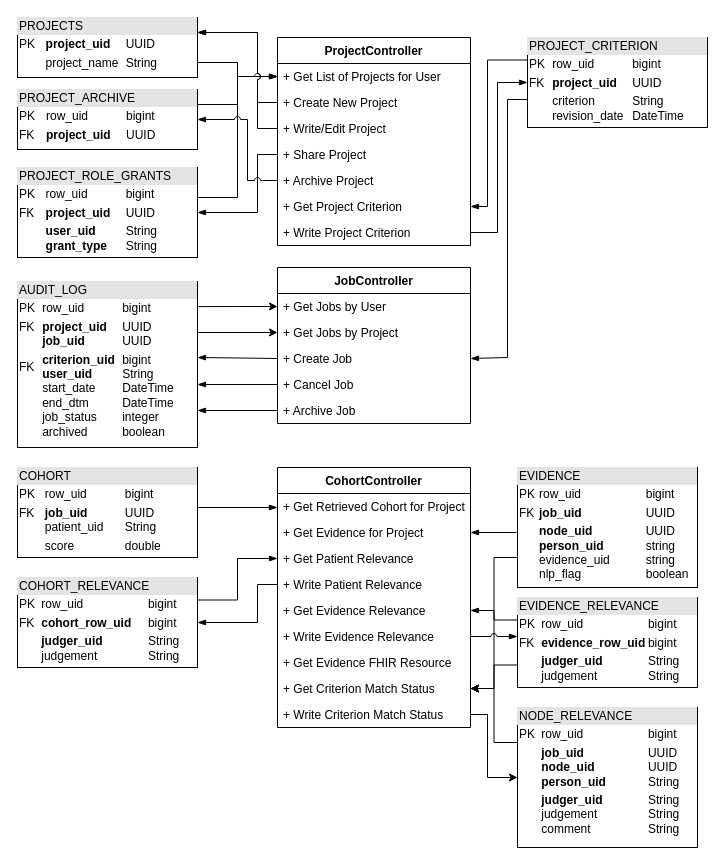
Before: page "Middleware - Data Flow" (4 of 4) of cat-arch.drawio in OHNLP/impact-documentation, a draw.io diagram. Source tidied: cells renumbered, new cells numbered last; positions are measured from the earlier drawing's top-left corner, leaving out a move shared by most shapes. Both pictures are drawn from the tidied source at 100%, with x=0, y=0 at pixel (17, 17).
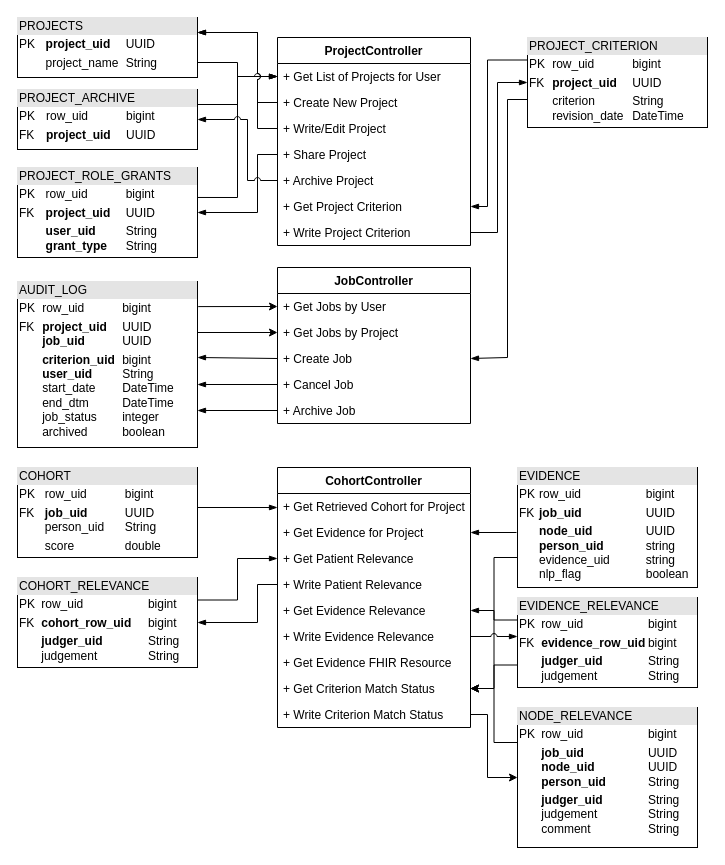
Above is the later version.

Change to the diagram source:
```diff
@@
-    <mxCell id="32" value="&lt;div style=&quot;box-sizing:border-box;width:100%;background:#e4e4e4;padding:2px;&quot;&gt;AUDIT_LOG&lt;/div&gt;&lt;table style=&quot;width:100%;font-size:1em;&quot; cellpadding=&quot;2&quot; cellspacing=&quot;0&quot;&gt;&lt;tbody&gt;&lt;tr&gt;&lt;td&gt;PK&lt;/td&gt;&lt;td&gt;row_uid&lt;span style=&quot;white-space: pre;&quot;&gt;&#9;&lt;/span&gt;&lt;span style=&quot;white-space: pre;&quot;&gt;&#9;&lt;/span&gt;bigint&lt;/td&gt;&lt;/tr&gt;&lt;tr&gt;&lt;td&gt;FK&lt;br&gt;&lt;br&gt;&lt;/td&gt;&lt;td&gt;&lt;b&gt;project_uid&lt;span style=&quot;white-space: pre;&quot;&gt;&#9;&lt;/span&gt;&lt;/b&gt;UUID&lt;br&gt;&lt;b&gt;job_uid&lt;/b&gt;&lt;span style=&quot;font-weight: bold; white-space: pre;&quot;&gt;&#9;&lt;/span&gt;&lt;span style=&quot;font-weight: bold; white-space: pre;&quot;&gt;&#9;&lt;/span&gt;UUID&lt;/td&gt;&lt;/tr&gt;&lt;tr&gt;&lt;td&gt;FK&lt;br&gt;&lt;br&gt;&lt;br&gt;&lt;br&gt;&lt;br&gt;&lt;/td&gt;&lt;td&gt;&lt;b&gt;criterion_uid&lt;span style=&quot;white-space: pre;&quot;&gt;&#9;&lt;/span&gt;&lt;/b&gt;bigint&lt;br&gt;&lt;b&gt;user_uid&lt;span style=&quot;white-space: pre;&quot;&gt;&#9;&lt;/span&gt;&lt;span style=&quot;white-space: pre;&quot;&gt;&#9;&lt;/span&gt;&lt;/b&gt;String&lt;br&gt;start_date&lt;span style=&quot;white-space: pre;&quot;&gt;&#9;&lt;/span&gt;DateTime&lt;br&gt;end_dtm&lt;span style=&quot;white-space: pre;&quot;&gt;&#9;&lt;/span&gt;&lt;span style=&quot;white-space: pre;&quot;&gt;&#9;&lt;/span&gt;DateTime&lt;br&gt;job_status&lt;span style=&quot;white-space: pre;&quot;&gt;&#9;&lt;/span&gt;integer&lt;br&gt;archived&lt;span style=&quot;white-space: pre;&quot;&gt;&#9;&lt;/span&gt;&lt;span style=&quot;white-space: pre;&quot;&gt;&#9;&lt;/span&gt;boolean&lt;/td&gt;&lt;/tr&gt;&lt;/tbody&gt;&lt;/table&gt;" style="verticalAlign=top;align=left;overflow=fill;html=1;fontColor=#000000;" parent="1" vertex="1">
+    <mxCell id="32" value="&lt;div style=&quot;box-sizing:border-box;width:100%;background:#e4e4e4;padding:2px;&quot;&gt;AUDIT_LOG&lt;/div&gt;&lt;table style=&quot;width:100%;font-size:1em;&quot; cellpadding=&quot;2&quot; cellspacing=&quot;0&quot;&gt;&lt;tbody&gt;&lt;tr&gt;&lt;td&gt;PK&lt;/td&gt;&lt;td&gt;row_uid&lt;span style=&quot;white-space: pre;&quot;&gt;&#9;&lt;/span&gt;&lt;span style=&quot;white-space: pre;&quot;&gt;&#9;&lt;/span&gt;bigint&lt;/td&gt;&lt;/tr&gt;&lt;tr&gt;&lt;td&gt;FK&lt;br&gt;&lt;br&gt;&lt;/td&gt;&lt;td&gt;&lt;b&gt;project_uid&lt;span style=&quot;white-space: pre;&quot;&gt;&#9;&lt;/span&gt;&lt;/b&gt;UUID&lt;br&gt;&lt;b&gt;job_uid&lt;/b&gt;&lt;span style=&quot;font-weight: bold; white-space: pre;&quot;&gt;&#9;&lt;/span&gt;&lt;span style=&quot;font-weight: bold; white-space: pre;&quot;&gt;&#9;&lt;/span&gt;UUID&lt;/td&gt;&lt;/tr&gt;&lt;tr&gt;&lt;td&gt;&lt;br&gt;&lt;br&gt;&lt;br&gt;&lt;br&gt;&lt;br&gt;&lt;/td&gt;&lt;td&gt;&lt;b&gt;criterion_uid&lt;span style=&quot;white-space: pre;&quot;&gt;&#9;&lt;/span&gt;&lt;/b&gt;bigint&lt;br&gt;&lt;b&gt;user_uid&lt;span style=&quot;white-space: pre;&quot;&gt;&#9;&lt;/span&gt;&lt;span style=&quot;white-space: pre;&quot;&gt;&#9;&lt;/span&gt;&lt;/b&gt;String&lt;br&gt;start_date&lt;span style=&quot;white-space: pre;&quot;&gt;&#9;&lt;/span&gt;DateTime&lt;br&gt;end_dtm&lt;span style=&quot;white-space: pre;&quot;&gt;&#9;&lt;/span&gt;&lt;span style=&quot;white-space: pre;&quot;&gt;&#9;&lt;/span&gt;DateTime&lt;br&gt;job_status&lt;span style=&quot;white-space: pre;&quot;&gt;&#9;&lt;/span&gt;integer&lt;br&gt;archived&lt;span style=&quot;white-space: pre;&quot;&gt;&#9;&lt;/span&gt;&lt;span style=&quot;white-space: pre;&quot;&gt;&#9;&lt;/span&gt;boolean&lt;/td&gt;&lt;/tr&gt;&lt;/tbody&gt;&lt;/table&gt;" style="verticalAlign=top;align=left;overflow=fill;html=1;fontColor=#000000;" parent="1" vertex="1">
       <mxGeometry y="264" width="180" height="166" as="geometry" />
     </mxCell>
@@
-    <mxCell id="46" value="&lt;div style=&quot;box-sizing:border-box;width:100%;background:#e4e4e4;padding:2px;&quot;&gt;COHORT&lt;/div&gt;&lt;table style=&quot;width:100%;font-size:1em;&quot; cellpadding=&quot;2&quot; cellspacing=&quot;0&quot;&gt;&lt;tbody&gt;&lt;tr&gt;&lt;td&gt;PK&lt;/td&gt;&lt;td&gt;row_uid&lt;span style=&quot;white-space: pre;&quot;&gt;&#9;&lt;/span&gt;&lt;span style=&quot;white-space: pre;&quot;&gt;&#9;&lt;/span&gt;bigint&lt;/td&gt;&lt;/tr&gt;&lt;tr&gt;&lt;td&gt;FK&lt;br&gt;&lt;br&gt;&lt;/td&gt;&lt;td&gt;&lt;b&gt;job_uid&lt;/b&gt;&lt;span style=&quot;font-weight: bold; white-space: pre;&quot;&gt;&#9;&lt;/span&gt;&lt;span style=&quot;font-weight: bold; white-space: pre;&quot;&gt;&#9;&lt;/span&gt;UUID&lt;br&gt;patient_uid&lt;span style=&quot;white-space: pre;&quot;&gt;&#9;&lt;/span&gt;String&lt;/td&gt;&lt;/tr&gt;&lt;tr&gt;&lt;td&gt;&lt;br&gt;&lt;/td&gt;&lt;td&gt;score&lt;span style=&quot;white-space: pre;&quot;&gt;&#9;&lt;/span&gt;&lt;span style=&quot;white-space: pre;&quot;&gt;&#9;&lt;/span&gt;double&lt;/td&gt;&lt;/tr&gt;&lt;/tbody&gt;&lt;/table&gt;" style="verticalAlign=top;align=left;overflow=fill;html=1;fontColor=#000000;" parent="1" vertex="1">
+    <mxCell id="46" value="&lt;div style=&quot;box-sizing:border-box;width:100%;background:#e4e4e4;padding:2px;&quot;&gt;COHORT&lt;/div&gt;&lt;table style=&quot;width:100%;font-size:1em;&quot; cellpadding=&quot;2&quot; cellspacing=&quot;0&quot;&gt;&lt;tbody&gt;&lt;tr&gt;&lt;td&gt;PK&lt;/td&gt;&lt;td&gt;row_uid&lt;span style=&quot;white-space: pre;&quot;&gt;&#9;&lt;/span&gt;&lt;span style=&quot;white-space: pre;&quot;&gt;&#9;&lt;/span&gt;bigint&lt;/td&gt;&lt;/tr&gt;&lt;tr&gt;&lt;td&gt;FK&lt;br&gt;&lt;br&gt;&lt;/td&gt;&lt;td&gt;&lt;b&gt;job_uid&lt;/b&gt;&lt;span style=&quot;font-weight: bold; white-space: pre;&quot;&gt;&#9;&lt;/span&gt;&lt;span style=&quot;font-weight: bold; white-space: pre;&quot;&gt;&#9;&lt;/span&gt;UUID&lt;br&gt;person_uid&lt;span style=&quot;white-space: pre;&quot;&gt;&#9;&lt;/span&gt;String&lt;/td&gt;&lt;/tr&gt;&lt;tr&gt;&lt;td&gt;&lt;br&gt;&lt;/td&gt;&lt;td&gt;score&lt;span style=&quot;white-space: pre;&quot;&gt;&#9;&lt;/span&gt;&lt;span style=&quot;white-space: pre;&quot;&gt;&#9;&lt;/span&gt;double&lt;/td&gt;&lt;/tr&gt;&lt;/tbody&gt;&lt;/table&gt;" style="verticalAlign=top;align=left;overflow=fill;html=1;fontColor=#000000;" parent="1" vertex="1">
       <mxGeometry y="450" width="180" height="90" as="geometry" />
     </mxCell>
```
